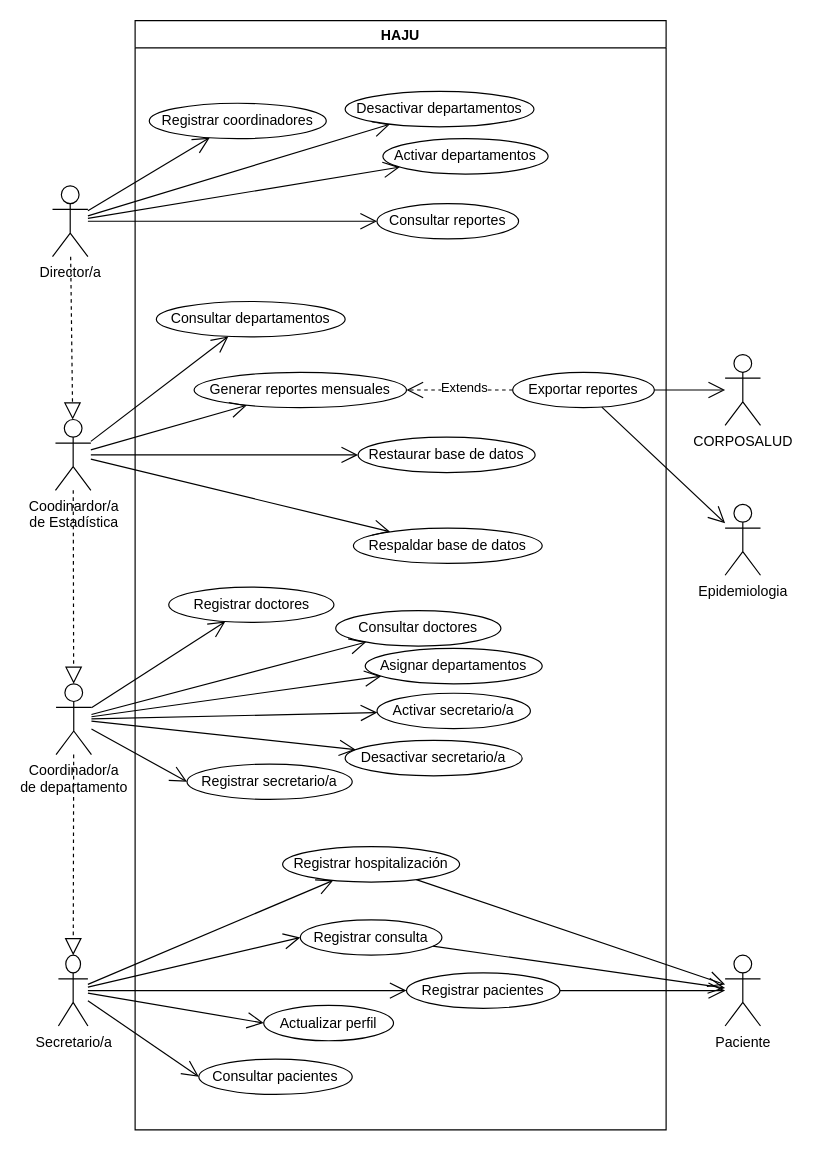
fadrian06/haju keeps this draw.io diagram as page "Casos de Uso General" (5 of 5) of docs/Diagramas.drawio. Above is the earlier version. Source tidied: cells renumbered, new cells numbered last; positions are measured from the earlier drawing's top-left corner, leaving out a move shared by most shapes. Both pictures are drawn from the tidied source at 118%, with x=0, y=0 at pixel (52, 20).
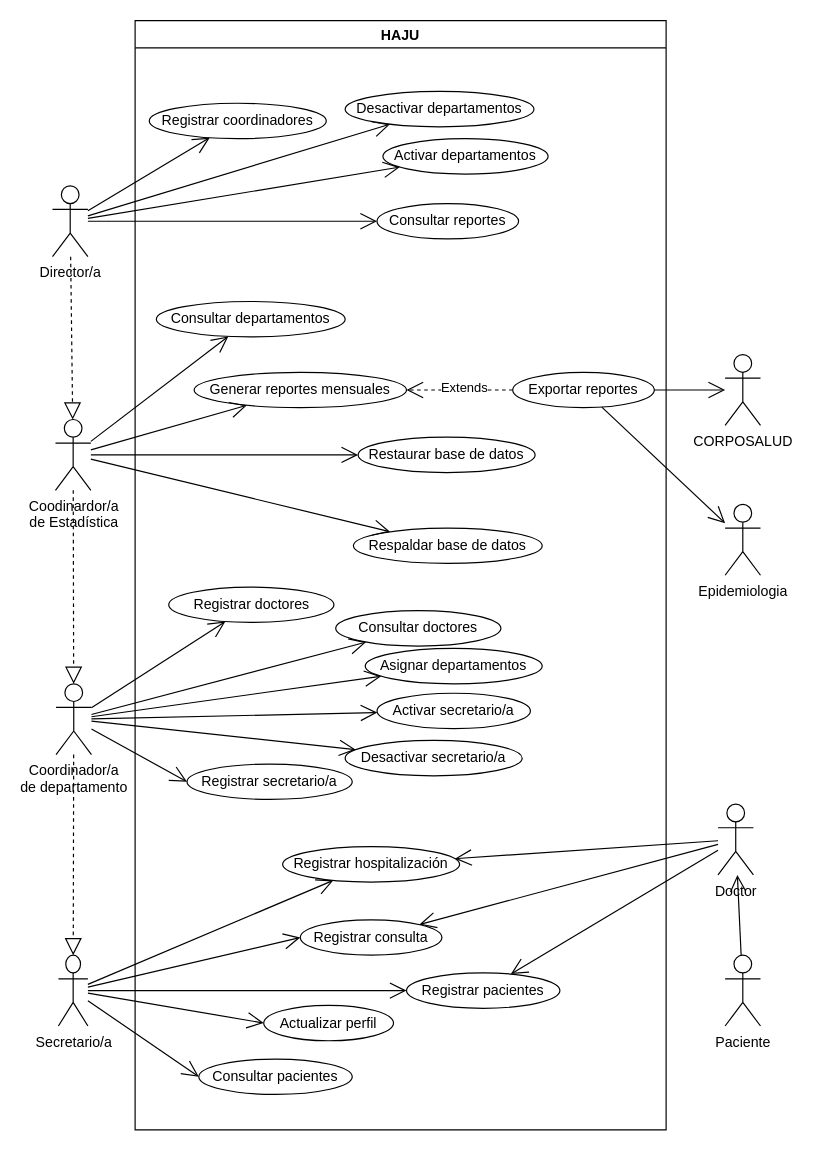
The same diagram, later.

Commit message (it also covers changes not shown here):
Añadido el doctor en el diagrama de casos de uso

Unchanged cells that the change refers to:
```xml
<mxCell id="6" value="Registrar pacientes" style="ellipse;whiteSpace=wrap;html=1;" parent="5" vertex="1">
  <mxGeometry x="230" y="807" width="130" height="30" as="geometry" />
</mxCell>
<mxCell id="8" value="Registrar consulta" style="ellipse;whiteSpace=wrap;html=1;" parent="5" vertex="1">
  <mxGeometry x="140" y="762" width="120" height="30" as="geometry" />
</mxCell>
<mxCell id="24" value="Registrar hospitalización" style="ellipse;whiteSpace=wrap;html=1;" parent="5" vertex="1">
  <mxGeometry x="125" y="700" width="150" height="30" as="geometry" />
</mxCell>
<mxCell id="27" value="Paciente" style="shape=umlActor;verticalLabelPosition=bottom;verticalAlign=top;html=1;" parent="1" vertex="1">
  <mxGeometry x="570" y="792" width="30" height="60" as="geometry" />
</mxCell>
```

The edit, as a diff of the source:
```diff
@@
-    <mxCell id="53" style="endArrow=open;endFill=1;endSize=12;html=1;rounded=0;" parent="1" edge="1" source="6" target="27">
+    <mxCell id="53" style="endArrow=open;endFill=1;endSize=12;html=1;rounded=0;" parent="1" edge="1" source="58" target="6">
       <mxGeometry relative="1" as="geometry" />
     </mxCell>
-    <mxCell id="54" style="endArrow=open;endFill=1;endSize=12;html=1;rounded=0;" parent="1" edge="1" source="8" target="27">
+    <mxCell id="54" style="endArrow=open;endFill=1;endSize=12;html=1;rounded=0;" parent="1" edge="1" source="58" target="8">
       <mxGeometry relative="1" as="geometry" />
     </mxCell>
-    <mxCell id="55" style="endArrow=open;endFill=1;endSize=12;html=1;rounded=0;" parent="1" edge="1" source="24" target="27">
+    <mxCell id="55" style="endArrow=open;endFill=1;endSize=12;html=1;rounded=0;" parent="1" edge="1" source="58" target="24">
       <mxGeometry relative="1" as="geometry" />
     </mxCell>
@@
+    <mxCell id="58" value="Doctor" style="shape=umlActor;verticalLabelPosition=bottom;verticalAlign=top;html=1;" parent="1" vertex="1">
+      <mxGeometry x="564" y="664" width="30" height="60" as="geometry" />
+    </mxCell>
+    <mxCell id="59" style="endArrow=open;endFill=1;endSize=12;html=1;rounded=0;" parent="1" edge="1" source="27" target="58">
+      <mxGeometry relative="1" as="geometry" />
+    </mxCell>
```
